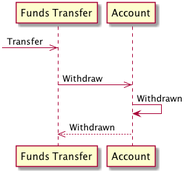
This is sequence-diagrams/complete.png from jacobat/workshop, a PlantUML export, as it was before one commit.
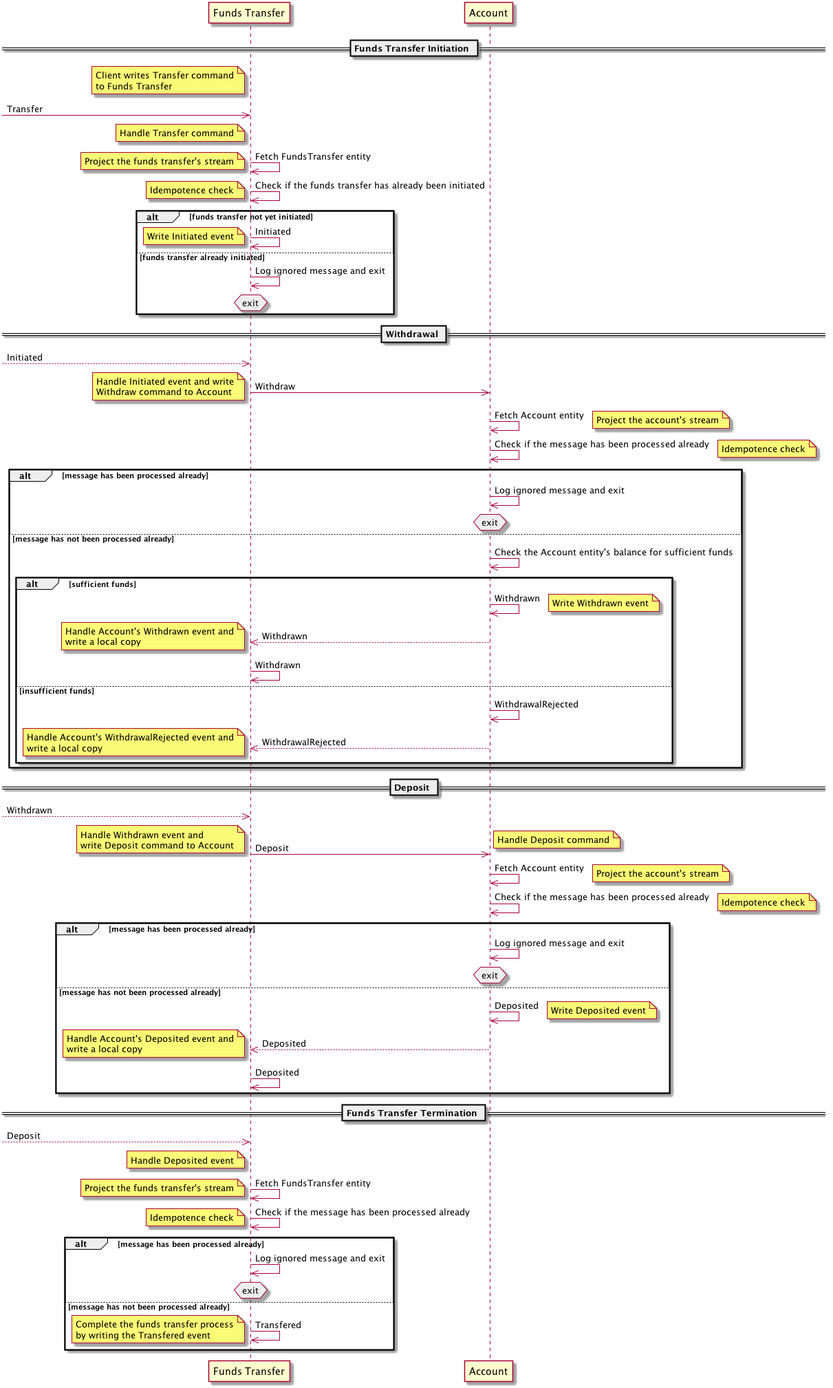
The same file after the commit.

Commit message:
Sequence diagram

Change to the diagram source:
```diff
@@ -3,12 +3,109 @@
 participant "Funds Transfer" as FT
 participant Account as Acct
 
+== Funds Transfer Initiation ==
+
+note left of FT: Client writes Transfer command\nto Funds Transfer
 ->> FT : Transfer
 
-group Withdrawal
+note left of FT: Handle Transfer command
 
-  FT ->> Acct : Withdraw
-  Acct -> Acct : Withdrawn
-  Acct -->> FT : Withdrawn
+FT ->> FT : Fetch FundsTransfer entity
+note left: Project the funds transfer's stream
+
+FT ->> FT : Check if the funds transfer has already been initiated
+note left: Idempotence check
+
+alt funds transfer not yet initiated
+  FT ->> FT : Initiated
+  note left: Write Initiated event
+else funds transfer already initiated
+  FT ->> FT : Log ignored message and exit
+  hnote over FT #eeeeee: exit
+end
+
+== Withdrawal ==
+
+-->> FT : Initiated
+
+FT ->> Acct : Withdraw
+note left: Handle Initiated event and write\nWithdraw command to Account
+
+Acct ->> Acct : Fetch Account entity
+note right: Project the account's stream
+
+
+Acct ->> Acct : Check if the message has been processed already
+note right: Idempotence check
+
+alt message has been processed already
+  Acct ->> Acct : Log ignored message and exit
+  hnote over Acct #eeeeee: exit
+else message has not been processed already
+
+  Acct ->> Acct : Check the Account entity's balance for sufficient funds
+
+  alt sufficient funds
+    Acct ->> Acct : Withdrawn
+    note right: Write Withdrawn event
+
+    Acct -->> FT : Withdrawn
+    note left: Handle Account's Withdrawn event and\nwrite a local copy
+
+    FT ->> FT : Withdrawn
+  else insufficient funds
+    Acct ->> Acct : WithdrawalRejected
+
+    Acct -->> FT : WithdrawalRejected
+    note left: Handle Account's WithdrawalRejected event and\nwrite a local copy
+  end
+end
+
+== Deposit ==
+
+-->> FT : Withdrawn
+
+FT ->> Acct : Deposit
+note left: Handle Withdrawn event and\nwrite Deposit command to Account
+
+note right: Handle Deposit command
+
+Acct ->> Acct : Fetch Account entity
+note right: Project the account's stream
+
+Acct ->> Acct : Check if the message has been processed already
+note right: Idempotence check
+
+alt message has been processed already
+  Acct ->> Acct : Log ignored message and exit
+  hnote over Acct #eeeeee: exit
+else message has not been processed already
+  Acct ->> Acct : Deposited
+  note right: Write Deposited event
+
+  Acct -->> FT : Deposited
+  note left: Handle Account's Deposited event and\nwrite a local copy
+
+  FT ->> FT : Deposited
+end
+
+== Funds Transfer Termination ==
+
+-->> FT : Deposit
+note left of FT: Handle Deposited event
+
+FT ->> FT : Fetch FundsTransfer entity
+note left: Project the funds transfer's stream
+
+FT ->> FT : Check if the message has been processed already
+note left: Idempotence check
+
+alt message has been processed already
+  FT ->> FT : Log ignored message and exit
+  hnote over FT #eeeeee: exit
+else message has not been processed already
+  FT ->> FT : Transfered
+  note left: Complete the funds transfer process\nby writing the Transfered event
+end
 
 @enduml
```
